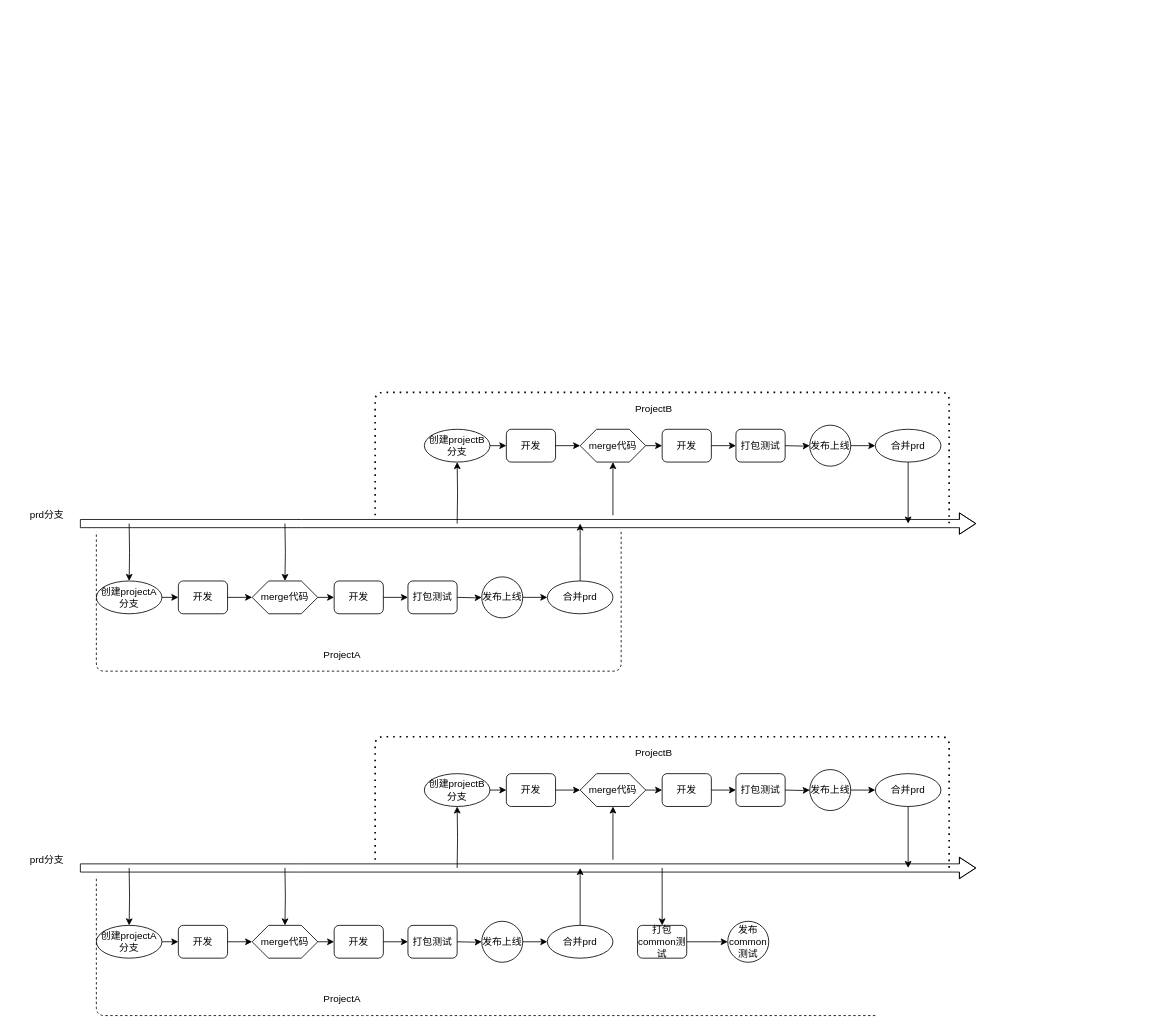
Above: Untitled Diagram.drawio in RalapZ/golearn (draw.io), before the change. Source tidied: cells renumbered, new cells numbered last; positions are measured from the earlier drawing's top-left corner, leaving out a move shared by most shapes. Both pictures are drawn from the tidied source at 82%, with x=0, y=0 at pixel (14, 392).
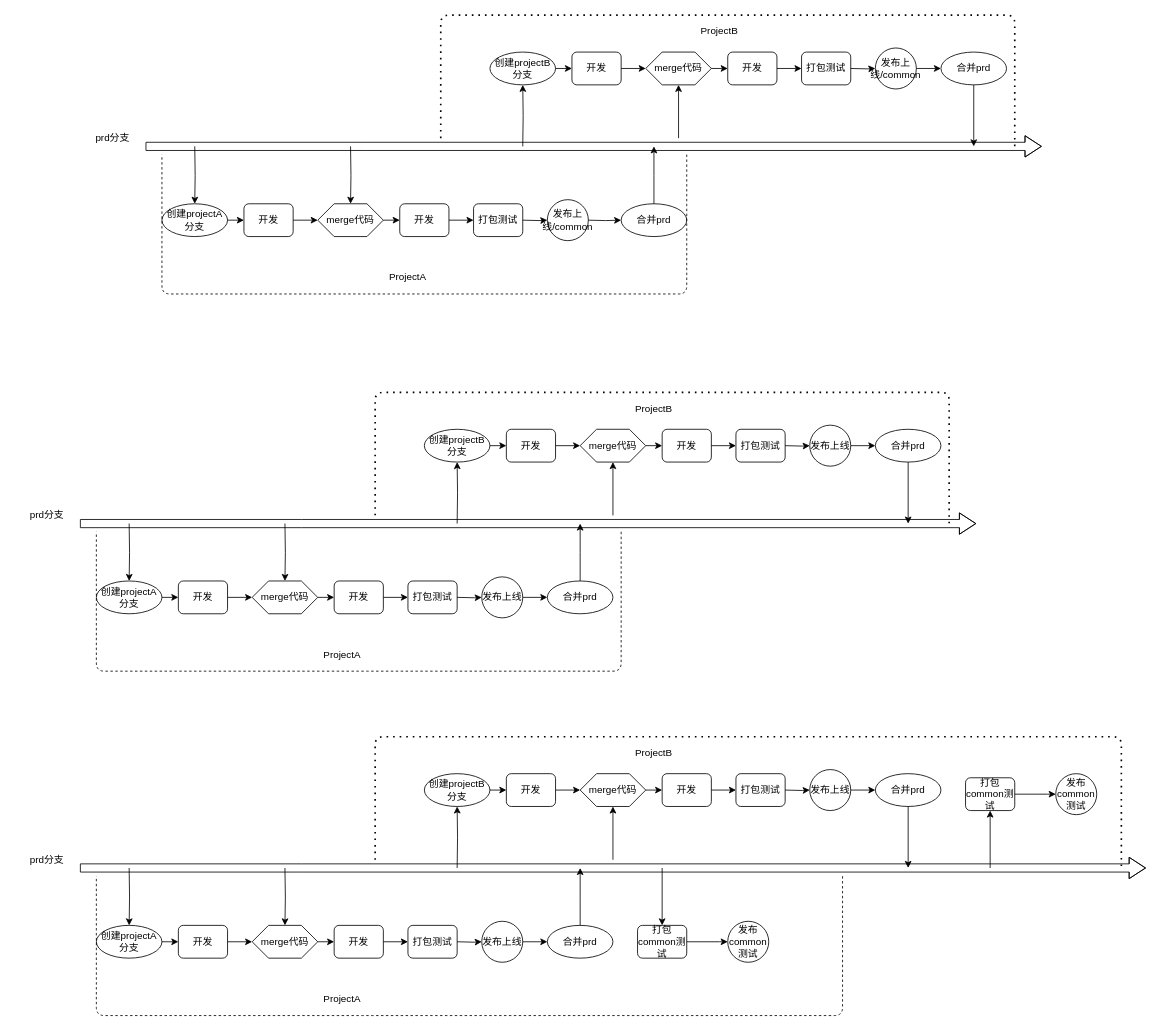
The same page after the edit.

The change refers to these unchanged cells:
```xml
<mxCell id="42" value="prd分支" style="text;html=1;strokeColor=none;fillColor=none;align=center;verticalAlign=middle;whiteSpace=wrap;rounded=0;" parent="1" vertex="1">
  <mxGeometry y="560" width="80" height="20" as="geometry" />
</mxCell>
```

The edit, as a diff of the source:
```diff
@@
     <mxCell id="40" style="edgeStyle=orthogonalEdgeStyle;rounded=0;html=1;jettySize=auto;shape=flexArrow;endWidth=15;endSize=6.33;" parent="1" edge="1" source="42">
       <mxGeometry relative="1" as="geometry">
-        <mxPoint x="1173" y="580" as="targetPoint" />
+        <mxPoint x="1380" y="580" as="targetPoint" />
         <Array as="points">
           <mxPoint x="350" y="580" />
           <mxPoint x="350" y="580" />
         </Array>
       </mxGeometry>
     </mxCell>
@@
     <mxCell id="57" style="endArrow=none;html=1;dashed=1;" parent="1" edge="1">
       <mxGeometry relative="1" as="geometry">
-        <mxPoint x="1050" y="760" as="sourcePoint" />
+        <mxPoint x="1010" y="590" as="sourcePoint" />
         <mxPoint x="100" y="590" as="targetPoint" />
         <Array as="points">
-          <mxPoint x="840" y="760" />
+          <mxPoint x="1010" y="760" />
           <mxPoint x="430" y="760" />
           <mxPoint x="100" y="760" />
         </Array>
       </mxGeometry>
     </mxCell>
@@
     <mxCell id="73" style="endArrow=none;dashed=1;html=1;dashPattern=1 3;strokeWidth=2;" parent="1" edge="1">
       <mxGeometry relative="1" as="geometry">
         <mxPoint x="440" y="570" as="sourcePoint" />
-        <mxPoint x="1140" y="580" as="targetPoint" />
+        <mxPoint x="1350" y="580" as="targetPoint" />
         <Array as="points">
           <mxPoint x="440" y="420" />
           <mxPoint x="800" y="420" />
-          <mxPoint x="1140" y="420" />
+          <mxPoint x="1350" y="420" />
+          <mxPoint x="1350" y="500" />
         </Array>
       </mxGeometry>
     </mxCell>
@@
+    <mxCell id="82" value="打包common测试" style="rounded=1;whiteSpace=wrap;html=1;" parent="1" vertex="1">
+      <mxGeometry x="1160" y="470" width="60" height="40" as="geometry" />
+    </mxCell>
+    <mxCell id="83" value="发布common测试" style="ellipse;whiteSpace=wrap;html=1;" parent="1" vertex="1">
+      <mxGeometry x="1270" y="465" width="50" height="50" as="geometry" />
+    </mxCell>
+    <mxCell id="84" style="edgeStyle=orthogonalEdgeStyle;rounded=0;html=1;jettySize=auto;entryX=0;entryY=0.5;entryDx=0;entryDy=0;exitX=1;exitY=0.5;exitDx=0;exitDy=0;" parent="1" edge="1" source="82" target="83">
+      <mxGeometry relative="1" as="geometry">
+        <Array as="points">
+          <mxPoint x="1260" y="490" />
+          <mxPoint x="1260" y="490" />
+        </Array>
+      </mxGeometry>
+    </mxCell>
+    <mxCell id="85" style="edgeStyle=orthogonalEdgeStyle;rounded=0;html=1;jettySize=auto;entryX=0.5;entryY=1;entryDx=0;entryDy=0;" parent="1" edge="1" target="82">
+      <mxGeometry relative="1" as="geometry">
+        <mxPoint x="1190" y="580" as="sourcePoint" />
+        <Array as="points">
+          <mxPoint x="1190" y="580" />
+        </Array>
+      </mxGeometry>
+    </mxCell>
+    <mxCell id="86" style="edgeStyle=orthogonalEdgeStyle;rounded=0;html=1;jettySize=auto;shape=flexArrow;endWidth=15;endSize=6.33;" parent="1" edge="1" source="88">
+      <mxGeometry relative="1" as="geometry">
+        <mxPoint x="1253" y="-300" as="targetPoint" />
+        <Array as="points">
+          <mxPoint x="430" y="-300" />
+          <mxPoint x="430" y="-300" />
+        </Array>
+      </mxGeometry>
+    </mxCell>
+    <mxCell id="87" style="edgeStyle=orthogonalEdgeStyle;rounded=0;html=1;jettySize=auto;entryX=0.5;entryY=0;entryDx=0;entryDy=0;" parent="1" edge="1" target="89">
+      <mxGeometry relative="1" as="geometry">
+        <mxPoint x="220" y="-300" as="sourcePoint" />
+      </mxGeometry>
+    </mxCell>
+    <mxCell id="88" value="prd分支" style="text;html=1;strokeColor=none;fillColor=none;align=center;verticalAlign=middle;whiteSpace=wrap;rounded=0;" parent="1" vertex="1">
+      <mxGeometry x="80" y="-320" width="80" height="20" as="geometry" />
+    </mxCell>
+    <mxCell id="89" value="创建projectA分支" style="ellipse;whiteSpace=wrap;html=1;" parent="1" vertex="1">
+      <mxGeometry x="180" y="-230" width="80" height="40" as="geometry" />
+    </mxCell>
+    <mxCell id="90" value="开发" style="rounded=1;whiteSpace=wrap;html=1;" parent="1" vertex="1">
+      <mxGeometry x="280" y="-230" width="60" height="40" as="geometry" />
+    </mxCell>
+    <mxCell id="91" value="merge代码" style="shape=hexagon;perimeter=hexagonPerimeter2;whiteSpace=wrap;html=1;fixedSize=1;" parent="1" vertex="1">
+      <mxGeometry x="370" y="-230" width="80" height="40" as="geometry" />
+    </mxCell>
+    <mxCell id="92" style="edgeStyle=orthogonalEdgeStyle;rounded=0;html=1;jettySize=auto;entryX=0.5;entryY=0;entryDx=0;entryDy=0;" parent="1" edge="1" target="91">
+      <mxGeometry relative="1" as="geometry">
+        <mxPoint x="410" y="-300" as="sourcePoint" />
+      </mxGeometry>
+    </mxCell>
+    <mxCell id="93" style="edgeStyle=orthogonalEdgeStyle;rounded=0;html=1;jettySize=auto;exitX=1;exitY=0.5;exitDx=0;exitDy=0;" parent="1" edge="1" source="89">
+      <mxGeometry relative="1" as="geometry">
+        <mxPoint x="280" y="-210" as="targetPoint" />
+      </mxGeometry>
+    </mxCell>
+    <mxCell id="94" style="edgeStyle=orthogonalEdgeStyle;rounded=0;html=1;jettySize=auto;exitX=1;exitY=0.5;exitDx=0;exitDy=0;" parent="1" edge="1" source="90">
+      <mxGeometry relative="1" as="geometry">
+        <mxPoint x="370" y="-210" as="targetPoint" />
+      </mxGeometry>
+    </mxCell>
+    <mxCell id="95" value="开发" style="rounded=1;whiteSpace=wrap;html=1;" parent="1" vertex="1">
+      <mxGeometry x="470" y="-230" width="60" height="40" as="geometry" />
+    </mxCell>
+    <mxCell id="96" style="edgeStyle=orthogonalEdgeStyle;rounded=0;html=1;jettySize=auto;exitX=1;exitY=0.5;exitDx=0;exitDy=0;" parent="1" edge="1" source="91">
+      <mxGeometry relative="1" as="geometry">
+        <mxPoint x="470" y="-210" as="targetPoint" />
+      </mxGeometry>
+    </mxCell>
+    <mxCell id="97" value="打包测试" style="rounded=1;whiteSpace=wrap;html=1;" parent="1" vertex="1">
+      <mxGeometry x="560" y="-230" width="60" height="40" as="geometry" />
+    </mxCell>
+    <mxCell id="98" value="发布上线/common" style="ellipse;whiteSpace=wrap;html=1;" parent="1" vertex="1">
+      <mxGeometry x="650" y="-235" width="50" height="50" as="geometry" />
+    </mxCell>
+    <mxCell id="99" value="合并prd" style="ellipse;whiteSpace=wrap;html=1;" parent="1" vertex="1">
+      <mxGeometry x="740" y="-230" width="80" height="40" as="geometry" />
+    </mxCell>
+    <mxCell id="100" style="edgeStyle=orthogonalEdgeStyle;rounded=0;html=1;jettySize=auto;exitX=1;exitY=0.5;exitDx=0;exitDy=0;entryX=0;entryY=0.5;entryDx=0;entryDy=0;" parent="1" edge="1" source="95" target="97">
+      <mxGeometry relative="1" as="geometry" />
+    </mxCell>
+    <mxCell id="101" style="edgeStyle=orthogonalEdgeStyle;rounded=0;html=1;jettySize=auto;" parent="1" edge="1" target="98">
+      <mxGeometry relative="1" as="geometry">
+        <mxPoint x="620" y="-210" as="sourcePoint" />
+      </mxGeometry>
+    </mxCell>
+    <mxCell id="102" style="edgeStyle=orthogonalEdgeStyle;rounded=0;html=1;jettySize=auto;entryX=0;entryY=0.5;entryDx=0;entryDy=0;" parent="1" edge="1" target="99">
+      <mxGeometry relative="1" as="geometry">
+        <mxPoint x="700" y="-210" as="sourcePoint" />
+      </mxGeometry>
+    </mxCell>
+    <mxCell id="103" style="endArrow=none;html=1;dashed=1;" parent="1" edge="1">
+      <mxGeometry relative="1" as="geometry">
+        <mxPoint x="820" y="-290" as="sourcePoint" />
+        <mxPoint x="180" y="-290" as="targetPoint" />
+        <Array as="points">
+          <mxPoint x="820" y="-120" />
+          <mxPoint x="510" y="-120" />
+          <mxPoint x="180" y="-120" />
+        </Array>
+      </mxGeometry>
+    </mxCell>
+    <mxCell id="104" value="ProjectA" style="text;html=1;strokeColor=none;fillColor=none;align=center;verticalAlign=middle;whiteSpace=wrap;rounded=0;" parent="1" vertex="1">
+      <mxGeometry x="460" y="-150" width="40" height="20" as="geometry" />
+    </mxCell>
+    <mxCell id="105" style="edgeStyle=orthogonalEdgeStyle;rounded=0;html=1;jettySize=auto;exitX=0.5;exitY=0;exitDx=0;exitDy=0;" parent="1" edge="1" source="99">
+      <mxGeometry relative="1" as="geometry">
+        <mxPoint x="780" y="-300" as="targetPoint" />
+      </mxGeometry>
+    </mxCell>
+    <mxCell id="106" value="创建projectB分支" style="ellipse;whiteSpace=wrap;html=1;" parent="1" vertex="1">
+      <mxGeometry x="580" y="-415" width="80" height="40" as="geometry" />
+    </mxCell>
+    <mxCell id="107" value="开发" style="rounded=1;whiteSpace=wrap;html=1;" parent="1" vertex="1">
+      <mxGeometry x="680" y="-415" width="60" height="40" as="geometry" />
+    </mxCell>
+    <mxCell id="108" value="merge代码" style="shape=hexagon;perimeter=hexagonPerimeter2;whiteSpace=wrap;html=1;fixedSize=1;" parent="1" vertex="1">
+      <mxGeometry x="770" y="-415" width="80" height="40" as="geometry" />
+    </mxCell>
+    <mxCell id="109" style="edgeStyle=orthogonalEdgeStyle;rounded=0;html=1;jettySize=auto;exitX=1;exitY=0.5;exitDx=0;exitDy=0;" parent="1" edge="1" source="106">
+      <mxGeometry relative="1" as="geometry">
+        <mxPoint x="680" y="-395" as="targetPoint" />
+      </mxGeometry>
+    </mxCell>
+    <mxCell id="110" style="edgeStyle=orthogonalEdgeStyle;rounded=0;html=1;jettySize=auto;exitX=1;exitY=0.5;exitDx=0;exitDy=0;" parent="1" edge="1" source="107">
+      <mxGeometry relative="1" as="geometry">
+        <mxPoint x="770" y="-395" as="targetPoint" />
+      </mxGeometry>
+    </mxCell>
+    <mxCell id="111" value="开发" style="rounded=1;whiteSpace=wrap;html=1;" parent="1" vertex="1">
+      <mxGeometry x="870" y="-415" width="60" height="40" as="geometry" />
+    </mxCell>
+    <mxCell id="112" style="edgeStyle=orthogonalEdgeStyle;rounded=0;html=1;jettySize=auto;exitX=1;exitY=0.5;exitDx=0;exitDy=0;" parent="1" edge="1" source="108">
+      <mxGeometry relative="1" as="geometry">
+        <mxPoint x="870" y="-395" as="targetPoint" />
+      </mxGeometry>
+    </mxCell>
+    <mxCell id="113" value="打包测试" style="rounded=1;whiteSpace=wrap;html=1;" parent="1" vertex="1">
+      <mxGeometry x="960" y="-415" width="60" height="40" as="geometry" />
+    </mxCell>
+    <mxCell id="114" value="发布上线/common" style="ellipse;whiteSpace=wrap;html=1;" parent="1" vertex="1">
+      <mxGeometry x="1050" y="-420" width="50" height="50" as="geometry" />
+    </mxCell>
+    <mxCell id="115" value="合并prd" style="ellipse;whiteSpace=wrap;html=1;" parent="1" vertex="1">
+      <mxGeometry x="1130" y="-415" width="80" height="40" as="geometry" />
+    </mxCell>
+    <mxCell id="116" style="edgeStyle=orthogonalEdgeStyle;rounded=0;html=1;jettySize=auto;exitX=1;exitY=0.5;exitDx=0;exitDy=0;entryX=0;entryY=0.5;entryDx=0;entryDy=0;" parent="1" edge="1" source="111" target="113">
+      <mxGeometry relative="1" as="geometry" />
+    </mxCell>
+    <mxCell id="117" style="edgeStyle=orthogonalEdgeStyle;rounded=0;html=1;jettySize=auto;" parent="1" edge="1" target="114">
+      <mxGeometry relative="1" as="geometry">
+        <mxPoint x="1020" y="-395" as="sourcePoint" />
+      </mxGeometry>
+    </mxCell>
+    <mxCell id="118" style="edgeStyle=orthogonalEdgeStyle;rounded=0;html=1;jettySize=auto;entryX=0;entryY=0.5;entryDx=0;entryDy=0;" parent="1" edge="1" target="115">
+      <mxGeometry relative="1" as="geometry">
+        <mxPoint x="1100" y="-395" as="sourcePoint" />
+      </mxGeometry>
+    </mxCell>
+    <mxCell id="119" style="endArrow=none;dashed=1;html=1;dashPattern=1 3;strokeWidth=2;" parent="1" edge="1">
+      <mxGeometry relative="1" as="geometry">
+        <mxPoint x="520" y="-310" as="sourcePoint" />
+        <mxPoint x="1220" y="-300" as="targetPoint" />
+        <Array as="points">
+          <mxPoint x="520" y="-460" />
+          <mxPoint x="880" y="-460" />
+          <mxPoint x="1220" y="-460" />
+        </Array>
+      </mxGeometry>
+    </mxCell>
+    <mxCell id="120" value="ProjectB" style="text;html=1;strokeColor=none;fillColor=none;align=center;verticalAlign=middle;whiteSpace=wrap;rounded=0;" parent="1" vertex="1">
+      <mxGeometry x="840" y="-450" width="40" height="20" as="geometry" />
+    </mxCell>
+    <mxCell id="121" style="edgeStyle=orthogonalEdgeStyle;rounded=0;html=1;jettySize=auto;entryX=0.5;entryY=1;entryDx=0;entryDy=0;" parent="1" edge="1" target="106">
+      <mxGeometry relative="1" as="geometry">
+        <mxPoint x="620" y="-300" as="sourcePoint" />
+      </mxGeometry>
+    </mxCell>
+    <mxCell id="122" style="edgeStyle=orthogonalEdgeStyle;rounded=0;html=1;jettySize=auto;entryX=0.5;entryY=1;entryDx=0;entryDy=0;" parent="1" edge="1" target="108">
+      <mxGeometry relative="1" as="geometry">
+        <mxPoint x="810" y="-310" as="sourcePoint" />
+        <Array as="points">
+          <mxPoint x="810" y="-310" />
+        </Array>
+      </mxGeometry>
+    </mxCell>
+    <mxCell id="123" style="edgeStyle=orthogonalEdgeStyle;rounded=0;html=1;jettySize=auto;exitX=0.5;exitY=1;exitDx=0;exitDy=0;" parent="1" edge="1" source="115">
+      <mxGeometry relative="1" as="geometry">
+        <mxPoint x="1170" y="-300" as="targetPoint" />
+        <Array as="points">
+          <mxPoint x="1170" y="-300" />
+        </Array>
+      </mxGeometry>
+    </mxCell>
```
